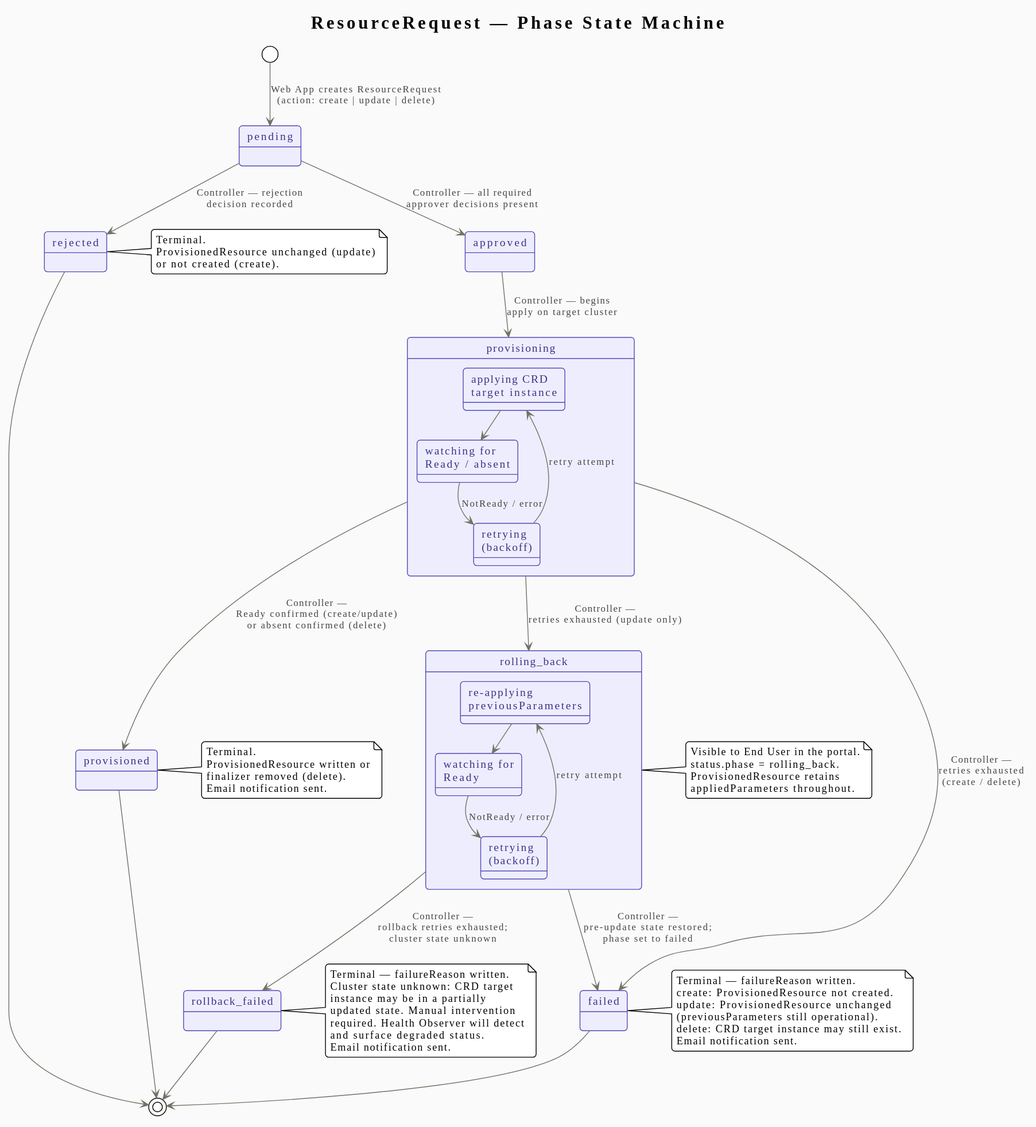
dydoc/quartermaster keeps this PlantUML diagram as design/images/state_resource_request.svg. Above is the earlier version.
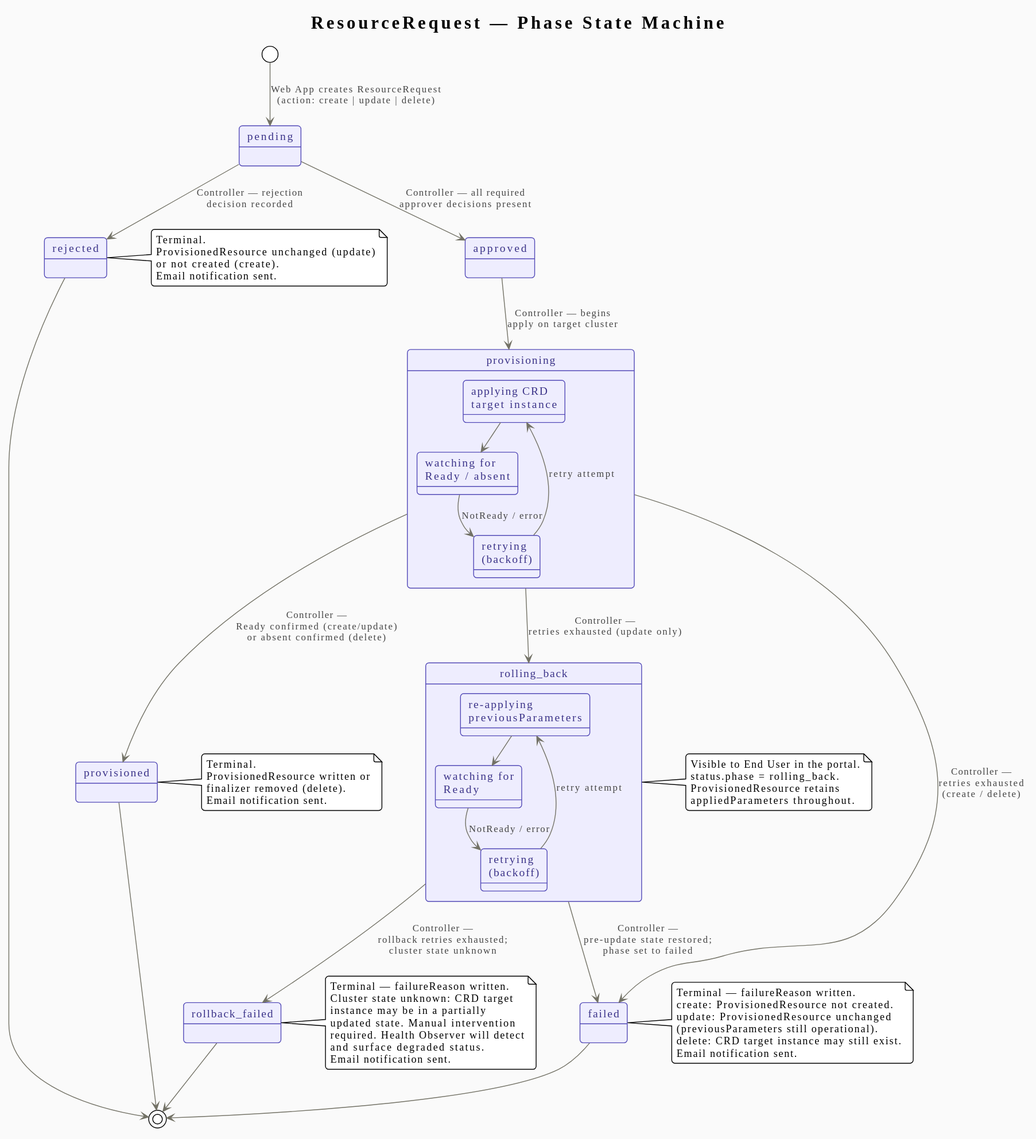
The same diagram one commit later.

The edit, as a diff of the source:
```diff
@@ -63,6 +63,7 @@
   Terminal.
   ProvisionedResource unchanged (update)
   or not created (create).
+  Email notification sent.
 end note
 
 note right of provisioned
```
